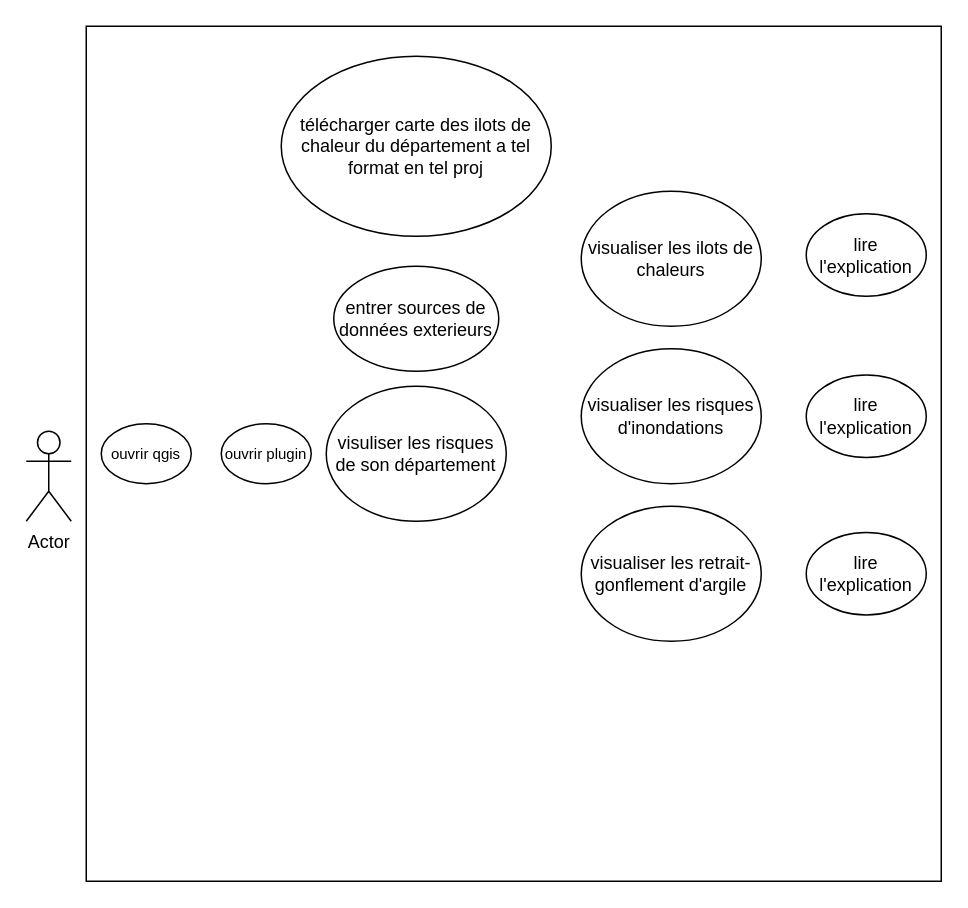
This is usecase.drawio from emilyllg/plugin_climatique, a draw.io file, before an edit. Source tidied: cells renumbered, new cells numbered last; positions are measured from the earlier drawing's top-left corner, leaving out a move shared by most shapes. Both pictures are drawn from the tidied source at 150%, with x=0, y=0 at pixel (26, 26).
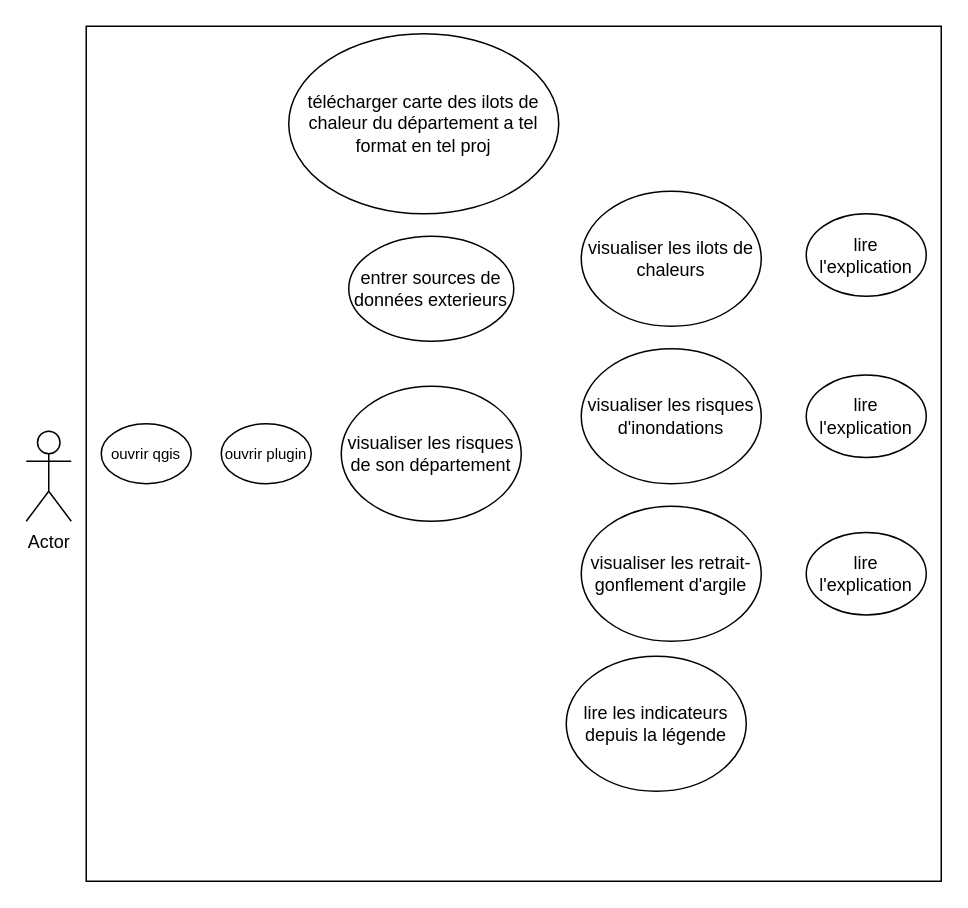
After the change.

Commit message (it also covers changes not shown here):
Mettre à jour usecase.drawio

Diff of the diagram source:
```diff
@@
 <mxGraphModel>
   <root>
     <mxCell id="0" />
     <mxCell id="1" parent="0" />
     <mxCell id="2" style="whiteSpace=wrap;html=1;" parent="1" vertex="1">
       <mxGeometry x="40" width="570" height="570" as="geometry" />
     </mxCell>
     <mxCell id="3" value="&lt;div&gt;&lt;font style=&quot;font-size: 10px;&quot;&gt;ouvrir qgis&lt;/font&gt;&lt;/div&gt;" style="ellipse;whiteSpace=wrap;html=1;" parent="1" vertex="1">
       <mxGeometry x="50" y="265" width="60" height="40" as="geometry" />
     </mxCell>
     <mxCell id="4" value="Actor" style="shape=umlActor;verticalLabelPosition=bottom;verticalAlign=top;html=1;" parent="1" vertex="1">
       <mxGeometry y="270" width="30" height="60" as="geometry" />
     </mxCell>
     <mxCell id="5" value="entrer sources de données exterieurs " style="ellipse;whiteSpace=wrap;html=1;" parent="1" vertex="1">
-      <mxGeometry x="205" y="160" width="110" height="70" as="geometry" />
+      <mxGeometry x="215" y="140" width="110" height="70" as="geometry" />
     </mxCell>
-    <mxCell id="6" value="visuliser les risques de son département" style="ellipse;whiteSpace=wrap;html=1;" parent="1" vertex="1">
-      <mxGeometry x="200" y="240" width="120" height="90" as="geometry" />
+    <mxCell id="6" value="visualiser les risques de son département" style="ellipse;whiteSpace=wrap;html=1;" parent="1" vertex="1">
+      <mxGeometry x="210" y="240" width="120" height="90" as="geometry" />
     </mxCell>
     <mxCell id="7" value="&lt;div&gt;&lt;font style=&quot;font-size: 10px;&quot;&gt;ouvrir plugin&lt;br&gt;&lt;/font&gt;&lt;/div&gt;" style="ellipse;whiteSpace=wrap;html=1;" parent="1" vertex="1">
       <mxGeometry x="130" y="265" width="60" height="40" as="geometry" />
     </mxCell>
     <mxCell id="8" value="télécharger carte des ilots de chaleur du département a tel format en tel proj" style="ellipse;whiteSpace=wrap;html=1;" parent="1" vertex="1">
-      <mxGeometry x="170" y="20" width="180" height="120" as="geometry" />
+      <mxGeometry x="175" y="5" width="180" height="120" as="geometry" />
     </mxCell>
     <mxCell id="9" value="visualiser les ilots de chaleurs " style="ellipse;whiteSpace=wrap;html=1;" parent="1" vertex="1">
       <mxGeometry x="370" y="110" width="120" height="90" as="geometry" />
     </mxCell>
     <mxCell id="10" value="visualiser les risques d'inondations" style="ellipse;whiteSpace=wrap;html=1;" parent="1" vertex="1">
       <mxGeometry x="370" y="215" width="120" height="90" as="geometry" />
     </mxCell>
     <mxCell id="11" value="visualiser les retrait-gonflement d'argile " style="ellipse;whiteSpace=wrap;html=1;" parent="1" vertex="1">
       <mxGeometry x="370" y="320" width="120" height="90" as="geometry" />
     </mxCell>
     <mxCell id="12" value="lire l'explication" style="ellipse;whiteSpace=wrap;html=1;" parent="1" vertex="1">
       <mxGeometry x="520" y="125" width="80" height="55" as="geometry" />
     </mxCell>
     <mxCell id="13" value="lire l'explication" style="ellipse;whiteSpace=wrap;html=1;" parent="1" vertex="1">
       <mxGeometry x="520" y="232.5" width="80" height="55" as="geometry" />
     </mxCell>
     <mxCell id="14" value="lire l'explication" style="ellipse;whiteSpace=wrap;html=1;" parent="1" vertex="1">
       <mxGeometry x="520" y="337.5" width="80" height="55" as="geometry" />
     </mxCell>
+    <mxCell id="15" value="lire les indicateurs depuis la légende " style="ellipse;whiteSpace=wrap;html=1;" parent="1" vertex="1">
+      <mxGeometry x="360" y="420" width="120" height="90" as="geometry" />
+    </mxCell>
   </root>
 </mxGraphModel>
```
